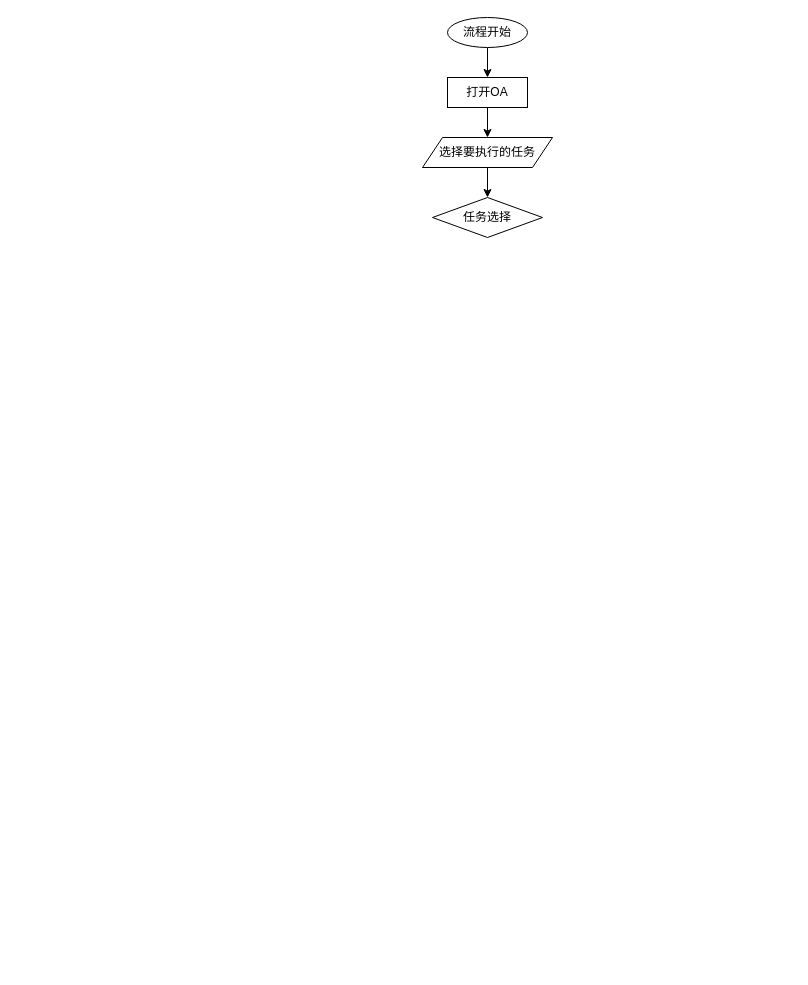
Earlier version of the draw.io diagram 请采合一数字员工.drawio (Lee-7723/Git). Source tidied: cells renumbered, new cells numbered last; positions are measured from the earlier drawing's top-left corner, leaving out a move shared by most shapes. Both pictures are drawn from the tidied source at 100%, with x=0, y=0 at pixel (422, 17).
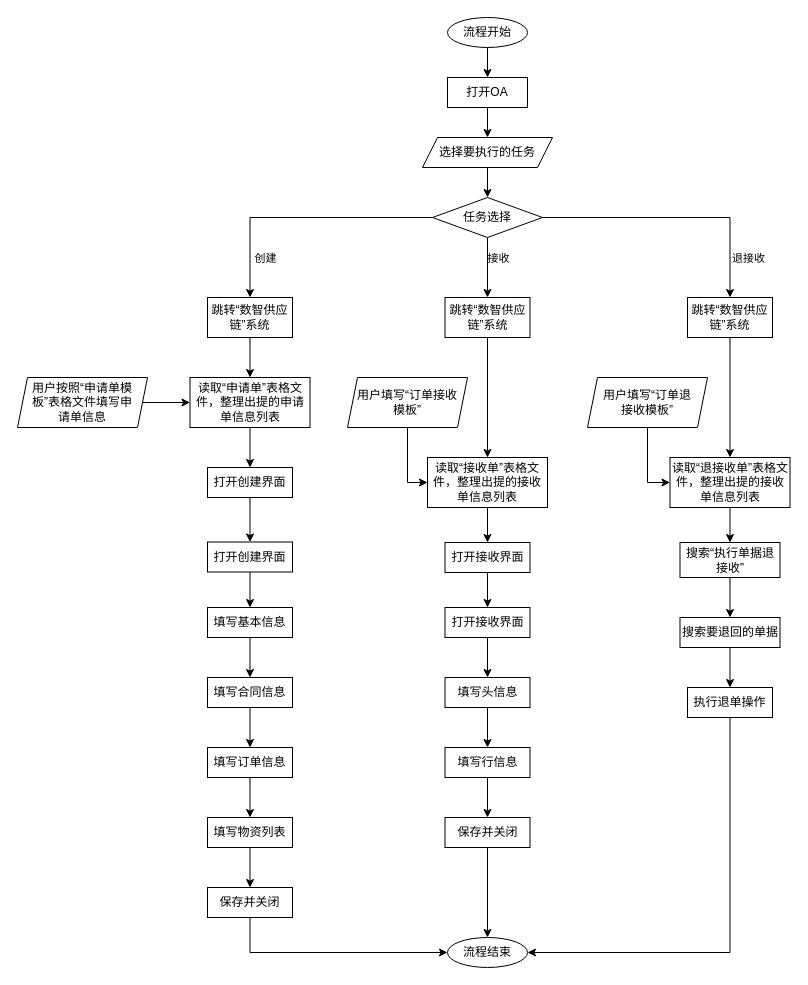
Above is the later version.

Commit message:
更新请采合一数字员工.drawio

Unchanged cells that the change refers to:
```xml
<mxCell id="8" value="任务选择" style="rhombus;whiteSpace=wrap;html=1;" parent="1" vertex="1">
  <mxGeometry x="10" y="180" width="110" height="40" as="geometry" />
</mxCell>
```

Diff of the diagram source:
```diff
@@
-    <mxCell id="7" value="选择要执行的任务" style="shape=parallelogram;perimeter=parallelogramPerimeter;whiteSpace=wrap;html=1;fixedSize=1;" parent="1" vertex="1">
+    <mxCell id="7" value="选择要执行的任务" style="shape=parallelogram;perimeter=parallelogramPerimeter;whiteSpace=wrap;html=1;fixedSize=1;size=15;" parent="1" vertex="1">
       <mxGeometry y="120" width="130" height="30" as="geometry" />
     </mxCell>
+    <mxCell id="9" style="edgeStyle=orthogonalEdgeStyle;rounded=0;jettySize=auto;html=1;exitX=0;exitY=0.5;exitDx=0;exitDy=0;entryX=0.5;entryY=0;entryDx=0;entryDy=0;" parent="1" edge="1" source="8" target="16">
+      <mxGeometry relative="1" as="geometry" />
+    </mxCell>
+    <mxCell id="10" value="创建" style="edgeLabel;html=1;align=center;verticalAlign=middle;" parent="9" vertex="1">
+      <mxGeometry x="0.32" y="3" relative="1" as="geometry">
+        <mxPoint x="5" y="37" as="offset" />
+      </mxGeometry>
+    </mxCell>
+    <mxCell id="11" style="edgeStyle=orthogonalEdgeStyle;rounded=0;jettySize=auto;html=1;exitX=0.5;exitY=1;exitDx=0;exitDy=0;entryX=0.5;entryY=0;entryDx=0;entryDy=0;" parent="1" edge="1" source="8" target="18">
+      <mxGeometry relative="1" as="geometry" />
+    </mxCell>
+    <mxCell id="12" value="接收" style="edgeLabel;html=1;align=center;verticalAlign=middle;" parent="11" vertex="1">
+      <mxGeometry x="-0.64" y="2" relative="1" as="geometry">
+        <mxPoint x="8" y="9" as="offset" />
+      </mxGeometry>
+    </mxCell>
+    <mxCell id="13" style="edgeStyle=orthogonalEdgeStyle;rounded=0;jettySize=auto;html=1;exitX=1;exitY=0.5;exitDx=0;exitDy=0;entryX=0.5;entryY=0;entryDx=0;entryDy=0;" parent="1" edge="1" source="8" target="20">
+      <mxGeometry relative="1" as="geometry" />
+    </mxCell>
+    <mxCell id="14" value="退接收" style="edgeLabel;html=1;align=center;verticalAlign=middle;" parent="13" vertex="1">
+      <mxGeometry x="0.48" y="2" relative="1" as="geometry">
+        <mxPoint x="16" y="30" as="offset" />
+      </mxGeometry>
+    </mxCell>
@@
+    <mxCell id="15" style="edgeStyle=orthogonalEdgeStyle;rounded=0;jettySize=auto;html=1;exitX=0.5;exitY=1;exitDx=0;exitDy=0;entryX=0.5;entryY=0;entryDx=0;entryDy=0;" parent="1" edge="1" source="16" target="22">
+      <mxGeometry relative="1" as="geometry" />
+    </mxCell>
+    <mxCell id="16" value="跳转“数智供应链”系统" style="rounded=0;whiteSpace=wrap;html=1;" parent="1" vertex="1">
+      <mxGeometry x="-215" y="280" width="85" height="40" as="geometry" />
+    </mxCell>
+    <mxCell id="17" style="edgeStyle=orthogonalEdgeStyle;rounded=0;jettySize=auto;html=1;exitX=0.5;exitY=1;exitDx=0;exitDy=0;entryX=0.5;entryY=0;entryDx=0;entryDy=0;" parent="1" edge="1" source="18" target="42">
+      <mxGeometry relative="1" as="geometry" />
+    </mxCell>
+    <mxCell id="18" value="跳转“数智供应链”系统" style="rounded=0;whiteSpace=wrap;html=1;" parent="1" vertex="1">
+      <mxGeometry x="22.5" y="280" width="85" height="40" as="geometry" />
+    </mxCell>
+    <mxCell id="19" style="edgeStyle=orthogonalEdgeStyle;rounded=0;jettySize=auto;html=1;exitX=0.5;exitY=1;exitDx=0;exitDy=0;entryX=0.5;entryY=0;entryDx=0;entryDy=0;" parent="1" edge="1" source="20" target="56">
+      <mxGeometry relative="1" as="geometry" />
+    </mxCell>
+    <mxCell id="20" value="跳转“数智供应链”系统" style="rounded=0;whiteSpace=wrap;html=1;" parent="1" vertex="1">
+      <mxGeometry x="265" y="280" width="85" height="40" as="geometry" />
+    </mxCell>
+    <mxCell id="21" style="edgeStyle=orthogonalEdgeStyle;rounded=0;jettySize=auto;html=1;exitX=0.5;exitY=1;exitDx=0;exitDy=0;entryX=0.5;entryY=0;entryDx=0;entryDy=0;" parent="1" edge="1" source="22" target="26">
+      <mxGeometry relative="1" as="geometry" />
+    </mxCell>
+    <mxCell id="22" value="读取“申请单”表格文件，整理出提的申请单信息列表" style="rounded=0;whiteSpace=wrap;html=1;" parent="1" vertex="1">
+      <mxGeometry x="-232.5" y="360" width="120" height="50" as="geometry" />
+    </mxCell>
+    <mxCell id="23" style="edgeStyle=orthogonalEdgeStyle;rounded=0;jettySize=auto;html=1;exitX=1;exitY=0.5;exitDx=0;exitDy=0;entryX=0;entryY=0.5;entryDx=0;entryDy=0;" parent="1" edge="1" source="24" target="22">
+      <mxGeometry relative="1" as="geometry" />
+    </mxCell>
+    <mxCell id="24" value="&lt;div&gt;用户按照“申请单模&lt;/div&gt;&lt;div&gt;板”表格文件填写申&lt;/div&gt;&lt;div&gt;请单信息&lt;/div&gt;" style="shape=parallelogram;perimeter=parallelogramPerimeter;whiteSpace=wrap;html=1;fixedSize=1;size=10;" parent="1" vertex="1">
+      <mxGeometry x="-405" y="360" width="130" height="50" as="geometry" />
+    </mxCell>
+    <mxCell id="25" style="edgeStyle=orthogonalEdgeStyle;rounded=0;jettySize=auto;html=1;exitX=0.5;exitY=1;exitDx=0;exitDy=0;entryX=0.5;entryY=0;entryDx=0;entryDy=0;" parent="1" edge="1" source="26" target="28">
+      <mxGeometry relative="1" as="geometry" />
+    </mxCell>
+    <mxCell id="26" value="打开创建界面" style="rounded=0;whiteSpace=wrap;html=1;" parent="1" vertex="1">
+      <mxGeometry x="-215" y="450" width="85" height="30" as="geometry" />
+    </mxCell>
+    <mxCell id="27" style="edgeStyle=orthogonalEdgeStyle;rounded=0;jettySize=auto;html=1;exitX=0.5;exitY=1;exitDx=0;exitDy=0;entryX=0.5;entryY=0;entryDx=0;entryDy=0;" parent="1" edge="1" source="28" target="30">
+      <mxGeometry relative="1" as="geometry" />
+    </mxCell>
+    <mxCell id="28" value="打开创建界面" style="rounded=0;whiteSpace=wrap;html=1;" parent="1" vertex="1">
+      <mxGeometry x="-215" y="524.5" width="85" height="30" as="geometry" />
+    </mxCell>
+    <mxCell id="29" style="edgeStyle=orthogonalEdgeStyle;rounded=0;jettySize=auto;html=1;exitX=0.5;exitY=1;exitDx=0;exitDy=0;entryX=0.5;entryY=0;entryDx=0;entryDy=0;" parent="1" edge="1" source="30" target="32">
+      <mxGeometry relative="1" as="geometry" />
+    </mxCell>
+    <mxCell id="30" value="填写基本信息" style="rounded=0;whiteSpace=wrap;html=1;" parent="1" vertex="1">
+      <mxGeometry x="-215" y="590" width="85" height="30" as="geometry" />
+    </mxCell>
+    <mxCell id="31" style="edgeStyle=orthogonalEdgeStyle;rounded=0;jettySize=auto;html=1;exitX=0.5;exitY=1;exitDx=0;exitDy=0;entryX=0.5;entryY=0;entryDx=0;entryDy=0;" parent="1" edge="1" source="32" target="34">
+      <mxGeometry relative="1" as="geometry" />
+    </mxCell>
+    <mxCell id="32" value="填写合同信息" style="rounded=0;whiteSpace=wrap;html=1;" parent="1" vertex="1">
+      <mxGeometry x="-215" y="660" width="85" height="30" as="geometry" />
+    </mxCell>
+    <mxCell id="33" style="edgeStyle=orthogonalEdgeStyle;rounded=0;jettySize=auto;html=1;exitX=0.5;exitY=1;exitDx=0;exitDy=0;entryX=0.5;entryY=0;entryDx=0;entryDy=0;" parent="1" edge="1" source="34" target="36">
+      <mxGeometry relative="1" as="geometry" />
+    </mxCell>
+    <mxCell id="34" value="填写订单信息" style="rounded=0;whiteSpace=wrap;html=1;" parent="1" vertex="1">
+      <mxGeometry x="-215" y="730" width="85" height="30" as="geometry" />
+    </mxCell>
+    <mxCell id="35" style="edgeStyle=orthogonalEdgeStyle;rounded=0;jettySize=auto;html=1;exitX=0.5;exitY=1;exitDx=0;exitDy=0;entryX=0.5;entryY=0;entryDx=0;entryDy=0;" parent="1" edge="1" source="36" target="38">
+      <mxGeometry relative="1" as="geometry" />
+    </mxCell>
+    <mxCell id="36" value="填写物资列表" style="rounded=0;whiteSpace=wrap;html=1;" parent="1" vertex="1">
+      <mxGeometry x="-215" y="800" width="85" height="30" as="geometry" />
+    </mxCell>
+    <mxCell id="37" style="edgeStyle=orthogonalEdgeStyle;rounded=0;jettySize=auto;html=1;exitX=0.5;exitY=1;exitDx=0;exitDy=0;entryX=0;entryY=0.5;entryDx=0;entryDy=0;" parent="1" edge="1" source="38" target="63">
+      <mxGeometry relative="1" as="geometry" />
+    </mxCell>
+    <mxCell id="38" value="保存并关闭" style="rounded=0;whiteSpace=wrap;html=1;" parent="1" vertex="1">
+      <mxGeometry x="-215" y="870" width="85" height="30" as="geometry" />
+    </mxCell>
+    <mxCell id="39" style="edgeStyle=orthogonalEdgeStyle;rounded=0;jettySize=auto;html=1;exitX=0.5;exitY=1;exitDx=0;exitDy=0;entryX=0;entryY=0.5;entryDx=0;entryDy=0;" parent="1" edge="1" source="40" target="42">
+      <mxGeometry relative="1" as="geometry" />
+    </mxCell>
+    <mxCell id="40" value="&lt;div&gt;用户填写“订单接收&lt;/div&gt;&lt;div&gt;模板”&lt;/div&gt;" style="shape=parallelogram;perimeter=parallelogramPerimeter;whiteSpace=wrap;html=1;fixedSize=1;size=10;" parent="1" vertex="1">
+      <mxGeometry x="-75" y="360" width="120" height="50" as="geometry" />
+    </mxCell>
+    <mxCell id="41" style="edgeStyle=orthogonalEdgeStyle;rounded=0;jettySize=auto;html=1;exitX=0.5;exitY=1;exitDx=0;exitDy=0;entryX=0.5;entryY=0;entryDx=0;entryDy=0;" parent="1" edge="1" source="42" target="44">
+      <mxGeometry relative="1" as="geometry" />
+    </mxCell>
+    <mxCell id="42" value="读取“接收单”表格文件，整理出提的接收单信息列表" style="rounded=0;whiteSpace=wrap;html=1;" parent="1" vertex="1">
+      <mxGeometry x="5" y="440" width="120" height="50" as="geometry" />
+    </mxCell>
+    <mxCell id="43" style="edgeStyle=orthogonalEdgeStyle;rounded=0;jettySize=auto;html=1;exitX=0.5;exitY=1;exitDx=0;exitDy=0;entryX=0.5;entryY=0;entryDx=0;entryDy=0;" parent="1" edge="1" source="44" target="46">
+      <mxGeometry relative="1" as="geometry" />
+    </mxCell>
+    <mxCell id="44" value="打开接收界面" style="rounded=0;whiteSpace=wrap;html=1;" parent="1" vertex="1">
+      <mxGeometry x="22.5" y="525" width="85" height="30" as="geometry" />
+    </mxCell>
+    <mxCell id="45" style="edgeStyle=orthogonalEdgeStyle;rounded=0;jettySize=auto;html=1;exitX=0.5;exitY=1;exitDx=0;exitDy=0;entryX=0.5;entryY=0;entryDx=0;entryDy=0;" parent="1" edge="1" source="46" target="48">
+      <mxGeometry relative="1" as="geometry" />
+    </mxCell>
+    <mxCell id="46" value="打开接收界面" style="rounded=0;whiteSpace=wrap;html=1;" parent="1" vertex="1">
+      <mxGeometry x="22.5" y="590" width="85" height="30" as="geometry" />
+    </mxCell>
+    <mxCell id="47" style="edgeStyle=orthogonalEdgeStyle;rounded=0;jettySize=auto;html=1;exitX=0.5;exitY=1;exitDx=0;exitDy=0;entryX=0.5;entryY=0;entryDx=0;entryDy=0;" parent="1" edge="1" source="48" target="50">
+      <mxGeometry relative="1" as="geometry" />
+    </mxCell>
+    <mxCell id="48" value="填写头信息" style="rounded=0;whiteSpace=wrap;html=1;" parent="1" vertex="1">
+      <mxGeometry x="22.5" y="660" width="85" height="30" as="geometry" />
+    </mxCell>
+    <mxCell id="49" style="edgeStyle=orthogonalEdgeStyle;rounded=0;jettySize=auto;html=1;exitX=0.5;exitY=1;exitDx=0;exitDy=0;entryX=0.5;entryY=0;entryDx=0;entryDy=0;" parent="1" edge="1" source="50" target="52">
+      <mxGeometry relative="1" as="geometry" />
+    </mxCell>
+    <mxCell id="50" value="填写行信息" style="rounded=0;whiteSpace=wrap;html=1;" parent="1" vertex="1">
+      <mxGeometry x="22.5" y="730" width="85" height="30" as="geometry" />
+    </mxCell>
+    <mxCell id="51" style="edgeStyle=orthogonalEdgeStyle;rounded=0;jettySize=auto;html=1;exitX=0.5;exitY=1;exitDx=0;exitDy=0;entryX=0.5;entryY=0;entryDx=0;entryDy=0;" parent="1" edge="1" source="52" target="63">
+      <mxGeometry relative="1" as="geometry" />
+    </mxCell>
+    <mxCell id="52" value="保存并关闭" style="rounded=0;whiteSpace=wrap;html=1;" parent="1" vertex="1">
+      <mxGeometry x="22.5" y="800" width="85" height="30" as="geometry" />
+    </mxCell>
+    <mxCell id="53" style="edgeStyle=orthogonalEdgeStyle;rounded=0;jettySize=auto;html=1;exitX=0.5;exitY=1;exitDx=0;exitDy=0;entryX=0;entryY=0.5;entryDx=0;entryDy=0;" parent="1" edge="1" source="54" target="56">
+      <mxGeometry relative="1" as="geometry" />
+    </mxCell>
+    <mxCell id="54" value="&lt;div&gt;用户填写“订单退&lt;/div&gt;&lt;div&gt;接收模板”&lt;/div&gt;" style="shape=parallelogram;perimeter=parallelogramPerimeter;whiteSpace=wrap;html=1;fixedSize=1;size=10;" parent="1" vertex="1">
+      <mxGeometry x="165" y="360" width="120" height="50" as="geometry" />
+    </mxCell>
+    <mxCell id="55" style="edgeStyle=orthogonalEdgeStyle;rounded=0;jettySize=auto;html=1;exitX=0.5;exitY=1;exitDx=0;exitDy=0;entryX=0.5;entryY=0;entryDx=0;entryDy=0;" parent="1" edge="1" source="56" target="58">
+      <mxGeometry relative="1" as="geometry" />
+    </mxCell>
+    <mxCell id="56" value="读取“退接收单”表格文件，整理出提的接收单信息列表" style="rounded=0;whiteSpace=wrap;html=1;" parent="1" vertex="1">
+      <mxGeometry x="247.5" y="440" width="120" height="50" as="geometry" />
+    </mxCell>
+    <mxCell id="57" style="edgeStyle=orthogonalEdgeStyle;rounded=0;jettySize=auto;html=1;exitX=0.5;exitY=1;exitDx=0;exitDy=0;" parent="1" edge="1" source="58" target="60">
+      <mxGeometry relative="1" as="geometry" />
+    </mxCell>
+    <mxCell id="58" value="搜索“执行单据退接收”" style="rounded=0;whiteSpace=wrap;html=1;" parent="1" vertex="1">
+      <mxGeometry x="257.5" y="525" width="100" height="35" as="geometry" />
+    </mxCell>
+    <mxCell id="59" style="edgeStyle=orthogonalEdgeStyle;rounded=0;jettySize=auto;html=1;exitX=0.5;exitY=1;exitDx=0;exitDy=0;entryX=0.5;entryY=0;entryDx=0;entryDy=0;" parent="1" edge="1" source="60" target="62">
+      <mxGeometry relative="1" as="geometry" />
+    </mxCell>
+    <mxCell id="60" value="搜索要退回的单据" style="rounded=0;whiteSpace=wrap;html=1;" parent="1" vertex="1">
+      <mxGeometry x="257.5" y="600" width="100" height="30" as="geometry" />
+    </mxCell>
+    <mxCell id="61" style="edgeStyle=orthogonalEdgeStyle;rounded=0;jettySize=auto;html=1;exitX=0.5;exitY=1;exitDx=0;exitDy=0;entryX=1;entryY=0.5;entryDx=0;entryDy=0;" parent="1" edge="1" source="62" target="63">
+      <mxGeometry relative="1" as="geometry" />
+    </mxCell>
+    <mxCell id="62" value="执行退单操作" style="rounded=0;whiteSpace=wrap;html=1;" parent="1" vertex="1">
+      <mxGeometry x="265" y="670" width="85" height="30" as="geometry" />
+    </mxCell>
+    <mxCell id="63" value="&lt;div&gt;流程结束&lt;/div&gt;" style="ellipse;whiteSpace=wrap;html=1;" parent="1" vertex="1">
+      <mxGeometry x="25" y="920" width="80" height="30" as="geometry" />
+    </mxCell>
```
